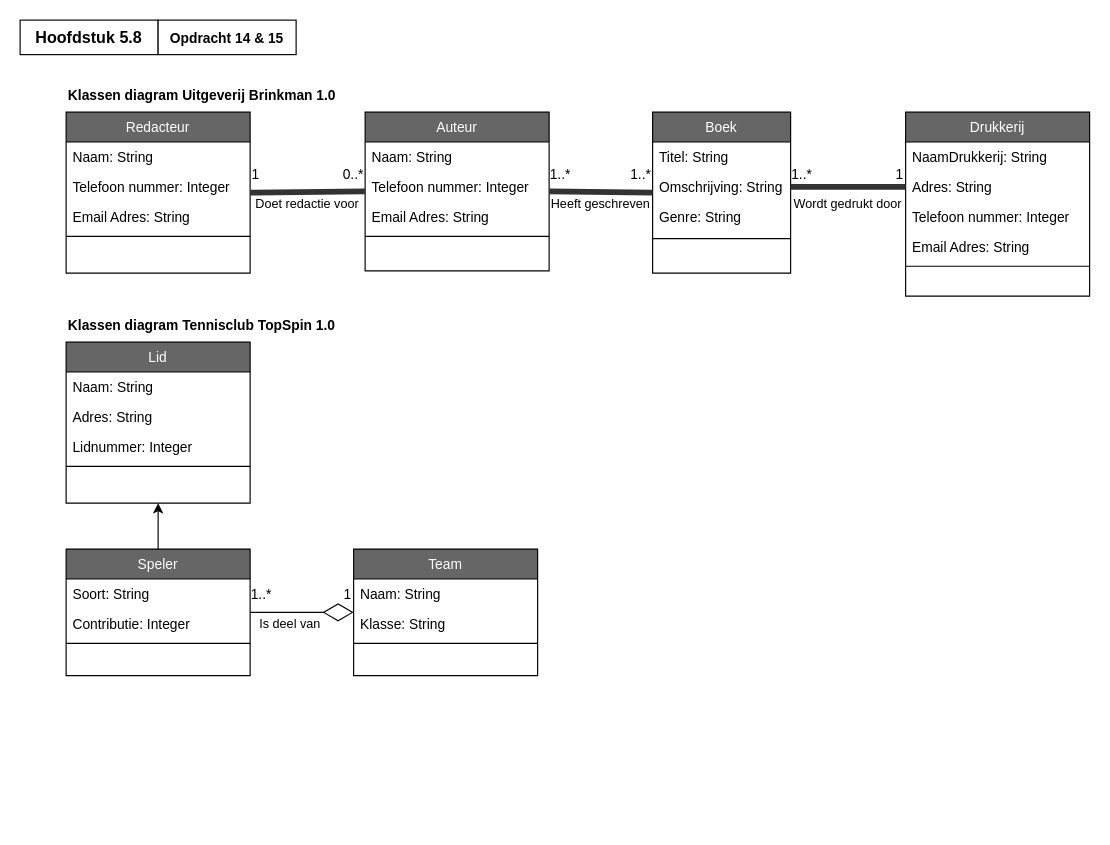
Above: page "Opdracht14&15" (1 of 2) of ClassDiagrams.drawio in EMB20/Procesanalyse (draw.io), before the change. Source tidied: cells renumbered, new cells numbered last; positions are measured from the earlier drawing's top-left corner, leaving out a move shared by most shapes. Both pictures are drawn from the tidied source at 115%, with x=0, y=0 at pixel (20, 20).
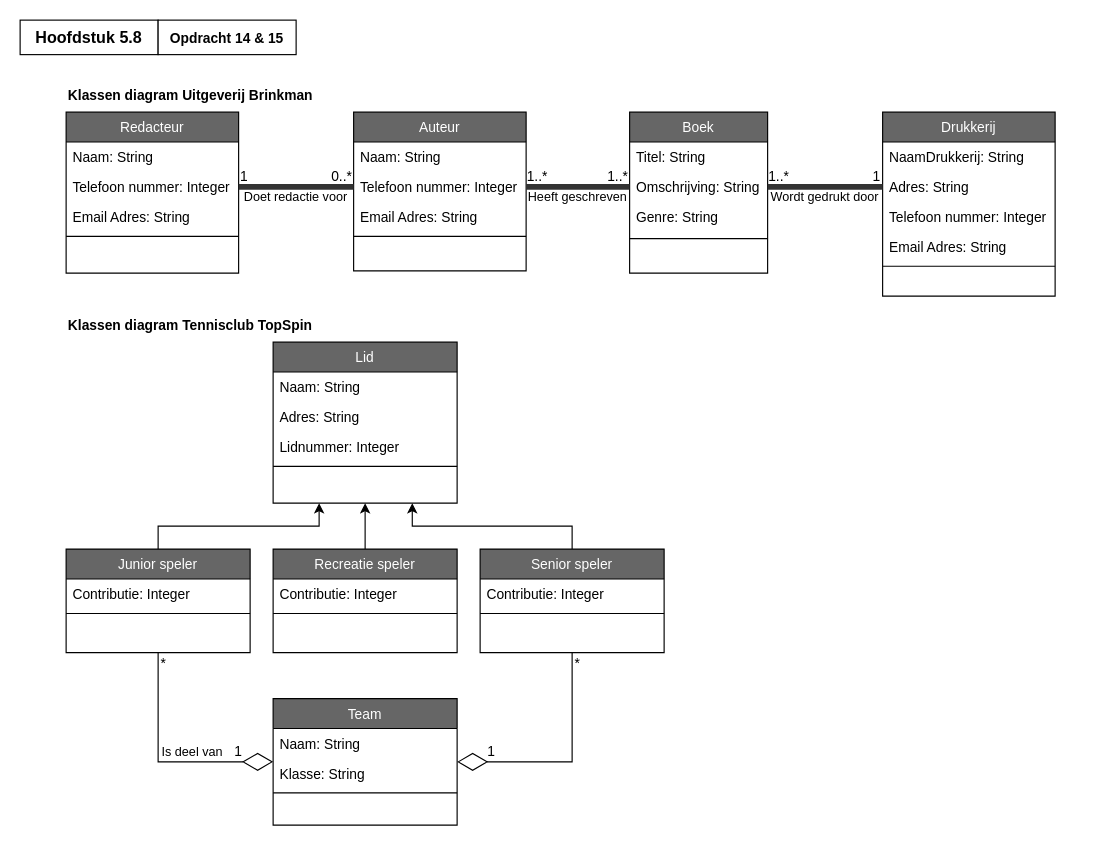
The same diagram, later.

Unchanged cells that the change refers to:
```xml
<mxCell id="11" value="Omschrijving: String" style="text;align=left;verticalAlign=top;spacingLeft=4;spacingRight=4;overflow=hidden;points=[[0,0.5],[1,0.5]];portConstraint=eastwest;rounded=0;shadow=0;html=0;" parent="9" vertex="1">
  <mxGeometry y="52" width="120" height="26" as="geometry" />
</mxCell>
```

What changed in the source:
```diff
@@
     <mxCell id="2" value="Auteur" style="swimlane;fontStyle=0;align=center;verticalAlign=top;horizontal=1;startSize=26;rounded=0;shadow=0;strokeWidth=1;fillColor=#666666;fontColor=#FFFFFF;" parent="1" vertex="1">
-      <mxGeometry x="300" y="80" width="160" height="138" as="geometry" />
+      <mxGeometry x="290" y="80" width="150" height="138" as="geometry" />
     </mxCell>
     <mxCell id="3" value="Naam: String" style="text;align=left;verticalAlign=top;spacingLeft=4;spacingRight=4;overflow=hidden;" parent="2" vertex="1">
-      <mxGeometry y="26" width="160" height="26" as="geometry" />
+      <mxGeometry y="26" width="150" height="26" as="geometry" />
     </mxCell>
     <mxCell id="4" value="Telefoon nummer: Integer" style="text;align=left;verticalAlign=top;spacingLeft=4;spacingRight=4;overflow=hidden;points=[[0,0.5],[1,0.5]];portConstraint=eastwest;rounded=0;shadow=0;html=0;" parent="2" vertex="1">
-      <mxGeometry y="52" width="160" height="26" as="geometry" />
+      <mxGeometry y="52" width="150" height="26" as="geometry" />
     </mxCell>
     <mxCell id="5" value="Email Adres: String" style="text;align=left;verticalAlign=top;spacingLeft=4;spacingRight=4;overflow=hidden;rounded=0;shadow=0;html=0;" parent="2" vertex="1">
-      <mxGeometry y="78" width="160" height="26" as="geometry" />
+      <mxGeometry y="78" width="150" height="26" as="geometry" />
     </mxCell>
     <mxCell id="6" style="line;html=1;strokeWidth=1;align=left;verticalAlign=middle;spacingTop=-1;spacingLeft=3;spacingRight=3;labelPosition=right;" parent="2" vertex="1">
-      <mxGeometry y="104" width="160" height="8" as="geometry" />
+      <mxGeometry y="104" width="150" height="8" as="geometry" />
     </mxCell>
@@
     <mxCell id="9" value="Boek" style="swimlane;fontStyle=0;align=center;verticalAlign=top;horizontal=1;startSize=26;rounded=0;shadow=0;strokeWidth=1;fillColor=#666666;fontColor=#FFFFFF;" parent="1" vertex="1">
-      <mxGeometry x="550" y="80" width="120" height="140" as="geometry" />
+      <mxGeometry x="530" y="80" width="120" height="140" as="geometry" />
     </mxCell>
@@
     <mxCell id="14" value="Drukkerij" style="swimlane;fontStyle=0;align=center;verticalAlign=top;horizontal=1;startSize=26;rounded=0;shadow=0;strokeWidth=1;fillColor=#666666;fontColor=#FFFFFF;" parent="1" vertex="1">
-      <mxGeometry x="770" y="80" width="160" height="160" as="geometry" />
+      <mxGeometry x="750" y="80" width="150" height="160" as="geometry" />
     </mxCell>
     <mxCell id="15" value="NaamDrukkerij: String" style="text;align=left;verticalAlign=top;spacingLeft=4;spacingRight=4;overflow=hidden;" parent="14" vertex="1">
-      <mxGeometry y="26" width="160" height="26" as="geometry" />
+      <mxGeometry y="26" width="150" height="26" as="geometry" />
     </mxCell>
     <mxCell id="16" value="Adres: String" style="text;align=left;verticalAlign=top;spacingLeft=4;spacingRight=4;overflow=hidden;points=[[0,0.5],[1,0.5]];portConstraint=eastwest;rounded=0;shadow=0;html=0;" parent="14" vertex="1">
-      <mxGeometry y="52" width="160" height="26" as="geometry" />
+      <mxGeometry y="52" width="150" height="26" as="geometry" />
     </mxCell>
     <mxCell id="17" value="Telefoon nummer: Integer" style="text;align=left;verticalAlign=top;spacingLeft=4;spacingRight=4;overflow=hidden;rounded=0;shadow=0;html=0;" parent="14" vertex="1">
-      <mxGeometry y="78" width="160" height="26" as="geometry" />
+      <mxGeometry y="78" width="150" height="26" as="geometry" />
     </mxCell>
     <mxCell id="18" value="Email Adres: String" style="text;align=left;verticalAlign=top;spacingLeft=4;spacingRight=4;overflow=hidden;rounded=0;shadow=0;html=0;" parent="14" vertex="1">
-      <mxGeometry y="104" width="160" height="26" as="geometry" />
+      <mxGeometry y="104" width="150" height="26" as="geometry" />
     </mxCell>
     <mxCell id="19" style="line;html=1;strokeWidth=1;align=left;verticalAlign=middle;spacingTop=-1;spacingLeft=3;spacingRight=3;labelPosition=right;" parent="14" vertex="1">
-      <mxGeometry y="130" width="160" height="8" as="geometry" />
+      <mxGeometry y="130" width="150" height="8" as="geometry" />
     </mxCell>
     <mxCell id="20" value="Redacteur" style="swimlane;fontStyle=0;align=center;verticalAlign=top;horizontal=1;startSize=26;rounded=0;shadow=0;strokeWidth=1;fillColor=#666666;fontColor=#FFFFFF;" parent="1" vertex="1">
-      <mxGeometry x="40" y="80" width="160" height="140" as="geometry" />
+      <mxGeometry x="40" y="80" width="150" height="140" as="geometry" />
     </mxCell>
     <mxCell id="21" value="Naam: String" style="text;align=left;verticalAlign=top;spacingLeft=4;spacingRight=4;overflow=hidden;" parent="20" vertex="1">
-      <mxGeometry y="26" width="160" height="26" as="geometry" />
+      <mxGeometry y="26" width="150" height="26" as="geometry" />
     </mxCell>
     <mxCell id="22" value="Telefoon nummer: Integer" style="text;align=left;verticalAlign=top;spacingLeft=4;spacingRight=4;overflow=hidden;points=[[0,0.5],[1,0.5]];portConstraint=eastwest;rounded=0;shadow=0;html=0;" parent="20" vertex="1">
-      <mxGeometry y="52" width="160" height="26" as="geometry" />
+      <mxGeometry y="52" width="150" height="26" as="geometry" />
     </mxCell>
     <mxCell id="23" value="Email Adres: String" style="text;align=left;verticalAlign=top;spacingLeft=4;spacingRight=4;overflow=hidden;rounded=0;shadow=0;html=0;" parent="20" vertex="1">
-      <mxGeometry y="78" width="160" height="26" as="geometry" />
+      <mxGeometry y="78" width="150" height="26" as="geometry" />
     </mxCell>
     <mxCell id="24" style="line;html=1;strokeWidth=1;align=left;verticalAlign=middle;spacingTop=-1;spacingLeft=3;spacingRight=3;labelPosition=right;" parent="20" vertex="1">
-      <mxGeometry y="104" width="160" height="8" as="geometry" />
+      <mxGeometry y="104" width="150" height="8" as="geometry" />
     </mxCell>
-    <mxCell id="25" style="endArrow=none;html=1;rounded=0;exitX=1;exitY=0.5;exitDx=0;exitDy=0;entryX=0;entryY=0.5;entryDx=0;entryDy=0;strokeWidth=5;strokeColor=#333333;" parent="1" edge="1" source="11" target="16">
-      <mxGeometry relative="1" as="geometry" />
-    </mxCell>
     <mxCell id="26" value="0..*" style="text;html=1;align=center;verticalAlign=middle;whiteSpace=wrap;rounded=0;" parent="1" vertex="1">
-      <mxGeometry x="280" y="125" width="20" height="20" as="geometry" />
+      <mxGeometry x="270" y="130" width="20" height="12.5" as="geometry" />
     </mxCell>
     <mxCell id="27" value="1" style="text;html=1;align=center;verticalAlign=middle;whiteSpace=wrap;rounded=0;" parent="1" vertex="1">
-      <mxGeometry x="200" y="125" width="10" height="20" as="geometry" />
+      <mxGeometry x="190" y="130" width="10" height="12.5" as="geometry" />
     </mxCell>
     <mxCell id="28" value="1..*" style="text;html=1;align=center;verticalAlign=middle;whiteSpace=wrap;rounded=0;" parent="1" vertex="1">
-      <mxGeometry x="530" y="125" width="20" height="20" as="geometry" />
+      <mxGeometry x="510" y="130" width="20" height="12.5" as="geometry" />
     </mxCell>
     <mxCell id="29" value="1..*" style="text;html=1;align=center;verticalAlign=middle;whiteSpace=wrap;rounded=0;" parent="1" vertex="1">
-      <mxGeometry x="460" y="125" width="20" height="20" as="geometry" />
+      <mxGeometry x="440" y="130" width="20" height="12.5" as="geometry" />
     </mxCell>
     <mxCell id="30" value="1" style="text;html=1;align=center;verticalAlign=middle;whiteSpace=wrap;rounded=0;" parent="1" vertex="1">
-      <mxGeometry x="760" y="125" width="10" height="20" as="geometry" />
+      <mxGeometry x="740" y="130" width="10" height="12.5" as="geometry" />
     </mxCell>
     <mxCell id="31" value="1..*" style="text;html=1;align=center;verticalAlign=middle;whiteSpace=wrap;rounded=0;" parent="1" vertex="1">
-      <mxGeometry x="670" y="125" width="20" height="20" as="geometry" />
+      <mxGeometry x="650" y="130" width="20" height="12.5" as="geometry" />
     </mxCell>
-    <mxCell id="32" value="&lt;font style=&quot;font-size: 12px;&quot;&gt;Klassen diagram Uitgeverij Brinkman 1.0&lt;/font&gt;" style="text;html=1;align=left;verticalAlign=middle;whiteSpace=wrap;rounded=0;fontStyle=1;fontSize=14;" parent="1" vertex="1">
+    <mxCell id="32" value="&lt;font style=&quot;font-size: 12px;&quot;&gt;Klassen diagram Uitgeverij Brinkman&lt;/font&gt;" style="text;html=1;align=left;verticalAlign=middle;whiteSpace=wrap;rounded=0;fontStyle=1;fontSize=14;" parent="1" vertex="1">
       <mxGeometry x="40" y="50" width="300" height="30" as="geometry" />
     </mxCell>
     <mxCell id="33" value="Lid" style="swimlane;fontStyle=0;align=center;verticalAlign=top;horizontal=1;startSize=26;rounded=0;shadow=0;strokeWidth=1;fillColor=#666666;fontColor=#FFFFFF;" parent="1" vertex="1">
-      <mxGeometry x="40" y="280" width="160" height="140" as="geometry" />
+      <mxGeometry x="220" y="280" width="160" height="140" as="geometry" />
     </mxCell>
@@
-    <mxCell id="38" style="edgeStyle=orthogonalEdgeStyle;rounded=0;jettySize=auto;html=1;exitX=0.5;exitY=0;exitDx=0;exitDy=0;entryX=0.5;entryY=1;entryDx=0;entryDy=0;" parent="1" edge="1" source="39" target="33">
-      <mxGeometry relative="1" as="geometry" />
+    <mxCell id="38" style="edgeStyle=orthogonalEdgeStyle;rounded=0;jettySize=auto;html=1;exitX=0.5;exitY=0;exitDx=0;exitDy=0;entryX=0.25;entryY=1;entryDx=0;entryDy=0;" parent="1" edge="1" source="39" target="33">
+      <mxGeometry relative="1" as="geometry">
+        <Array as="points">
+          <mxPoint x="120" y="440" />
+          <mxPoint x="260" y="440" />
+        </Array>
+      </mxGeometry>
     </mxCell>
-    <mxCell id="39" value="Speler" style="swimlane;fontStyle=0;align=center;verticalAlign=top;horizontal=1;startSize=26;rounded=0;shadow=0;strokeWidth=1;fillColor=#666666;fontColor=#FFFFFF;" parent="1" vertex="1">
-      <mxGeometry x="40" y="460" width="160" height="110" as="geometry" />
+    <mxCell id="39" value="Junior speler" style="swimlane;fontStyle=0;align=center;verticalAlign=top;horizontal=1;startSize=26;rounded=0;shadow=0;strokeWidth=1;fillColor=#666666;fontColor=#FFFFFF;" parent="1" vertex="1">
+      <mxGeometry x="40" y="460" width="160" height="90" as="geometry" />
     </mxCell>
-    <mxCell id="40" value="Soort: String" style="text;align=left;verticalAlign=top;spacingLeft=4;spacingRight=4;overflow=hidden;" parent="39" vertex="1">
-      <mxGeometry y="26" width="160" height="26" as="geometry" />
-    </mxCell>
     <mxCell id="41" value="Contributie: Integer" style="text;align=left;verticalAlign=top;spacingLeft=4;spacingRight=4;overflow=hidden;rounded=0;shadow=0;html=0;" parent="39" vertex="1">
-      <mxGeometry y="52" width="160" height="26" as="geometry" />
+      <mxGeometry y="26" width="160" height="26" as="geometry" />
     </mxCell>
     <mxCell id="42" style="line;html=1;strokeWidth=1;align=left;verticalAlign=middle;spacingTop=-1;spacingLeft=3;spacingRight=3;labelPosition=right;" parent="39" vertex="1">
-      <mxGeometry y="78" width="160" height="8" as="geometry" />
+      <mxGeometry y="52" width="160" height="8" as="geometry" />
     </mxCell>
     <mxCell id="43" value="Team" style="swimlane;fontStyle=0;align=center;verticalAlign=top;horizontal=1;startSize=26;rounded=0;shadow=0;strokeWidth=1;fillColor=#666666;fontColor=#FFFFFF;" parent="1" vertex="1">
-      <mxGeometry x="290" y="460" width="160" height="110" as="geometry" />
+      <mxGeometry x="220" y="590" width="160" height="110" as="geometry" />
     </mxCell>
@@
-    <mxCell id="47" style="endArrow=diamondThin;endFill=0;endSize=24;html=1;rounded=0;entryX=0;entryY=0.5;entryDx=0;entryDy=0;exitX=1;exitY=0.5;exitDx=0;exitDy=0;" parent="1" edge="1" source="39" target="43">
-      <mxGeometry relative="1" as="geometry" />
-    </mxCell>
-    <mxCell id="48" value="&lt;font style=&quot;font-size: 12px;&quot;&gt;Klassen diagram Tennisclub TopSpin 1.0&lt;/font&gt;" style="text;html=1;align=left;verticalAlign=middle;whiteSpace=wrap;rounded=0;fontStyle=1;fontSize=14;" parent="1" vertex="1">
+    <mxCell id="48" value="&lt;font style=&quot;font-size: 12px;&quot;&gt;Klassen diagram Tennisclub TopSpin&lt;/font&gt;" style="text;html=1;align=left;verticalAlign=middle;whiteSpace=wrap;rounded=0;fontStyle=1;fontSize=14;" parent="1" vertex="1">
       <mxGeometry x="40" y="250" width="300" height="30" as="geometry" />
     </mxCell>
     <mxCell id="49" value="Doet redactie voor" style="text;html=1;align=center;verticalAlign=middle;whiteSpace=wrap;rounded=0;fontSize=11;" parent="1" vertex="1">
-      <mxGeometry x="200" y="150" width="100" height="20" as="geometry" />
+      <mxGeometry x="190" y="147.5" width="100" height="12.5" as="geometry" />
     </mxCell>
     <mxCell id="50" value="Heeft geschreven" style="text;html=1;align=center;verticalAlign=middle;whiteSpace=wrap;rounded=0;fontSize=11;" parent="1" vertex="1">
-      <mxGeometry x="460" y="150" width="90" height="20" as="geometry" />
+      <mxGeometry x="440" y="147.5" width="90" height="12.5" as="geometry" />
     </mxCell>
     <mxCell id="51" value="Wordt gedrukt door" style="text;html=1;align=center;verticalAlign=middle;whiteSpace=wrap;rounded=0;fontSize=11;" parent="1" vertex="1">
-      <mxGeometry x="670" y="150" width="100" height="20" as="geometry" />
+      <mxGeometry x="650" y="147.5" width="100" height="12.5" as="geometry" />
     </mxCell>
-    <mxCell id="52" style="endArrow=none;html=1;rounded=0;exitX=1;exitY=0.5;exitDx=0;exitDy=0;entryX=0;entryY=0.5;entryDx=0;entryDy=0;strokeWidth=5;strokeColor=#333333;" parent="1" edge="1" source="2" target="9">
+    <mxCell id="52" style="endArrow=none;html=1;rounded=0;exitX=1;exitY=0.5;exitDx=0;exitDy=0;strokeWidth=5;strokeColor=#333333;entryX=0;entryY=0.5;entryDx=0;entryDy=0;" parent="1" edge="1" source="4" target="11">
       <mxGeometry relative="1" as="geometry" />
     </mxCell>
-    <mxCell id="53" style="endArrow=none;html=1;rounded=0;exitX=1;exitY=0.5;exitDx=0;exitDy=0;entryX=0;entryY=0.5;entryDx=0;entryDy=0;strokeWidth=5;strokeColor=#333333;" parent="1" edge="1" source="20" target="2">
+    <mxCell id="53" style="endArrow=none;html=1;rounded=0;exitX=1;exitY=0.5;exitDx=0;exitDy=0;entryX=0;entryY=0.5;entryDx=0;entryDy=0;strokeWidth=5;strokeColor=#333333;" parent="1" edge="1" source="22" target="4">
       <mxGeometry relative="1" as="geometry" />
     </mxCell>
+    <mxCell id="25" style="endArrow=none;html=1;rounded=0;entryX=0;entryY=0.5;entryDx=0;entryDy=0;strokeWidth=5;strokeColor=#333333;" parent="1" edge="1" source="11" target="16">
+      <mxGeometry relative="1" as="geometry" />
+    </mxCell>
+    <mxCell id="57" style="edgeStyle=orthogonalEdgeStyle;rounded=0;jettySize=auto;html=1;exitX=0.5;exitY=0;exitDx=0;exitDy=0;" parent="1" edge="1" source="58">
+      <mxGeometry relative="1" as="geometry">
+        <mxPoint x="341" y="420" as="targetPoint" />
+        <Array as="points">
+          <mxPoint x="480" y="440" />
+          <mxPoint x="341" y="440" />
+          <mxPoint x="341" y="420" />
+        </Array>
+      </mxGeometry>
+    </mxCell>
+    <mxCell id="58" value="Senior speler" style="swimlane;fontStyle=0;align=center;verticalAlign=top;horizontal=1;startSize=26;rounded=0;shadow=0;strokeWidth=1;fillColor=#666666;fontColor=#FFFFFF;" parent="1" vertex="1">
+      <mxGeometry x="400" y="460" width="160" height="90" as="geometry" />
+    </mxCell>
+    <mxCell id="59" value="Contributie: Integer" style="text;align=left;verticalAlign=top;spacingLeft=4;spacingRight=4;overflow=hidden;rounded=0;shadow=0;html=0;" parent="58" vertex="1">
+      <mxGeometry y="26" width="160" height="26" as="geometry" />
+    </mxCell>
+    <mxCell id="60" style="line;html=1;strokeWidth=1;align=left;verticalAlign=middle;spacingTop=-1;spacingLeft=3;spacingRight=3;labelPosition=right;" parent="58" vertex="1">
+      <mxGeometry y="52" width="160" height="8" as="geometry" />
+    </mxCell>
+    <mxCell id="61" style="edgeStyle=orthogonalEdgeStyle;rounded=0;jettySize=auto;html=1;exitX=0.5;exitY=0;exitDx=0;exitDy=0;entryX=0.5;entryY=1;entryDx=0;entryDy=0;" parent="1" edge="1" source="62" target="33">
+      <mxGeometry relative="1" as="geometry" />
+    </mxCell>
+    <mxCell id="62" value="Recreatie speler" style="swimlane;fontStyle=0;align=center;verticalAlign=top;horizontal=1;startSize=26;rounded=0;shadow=0;strokeWidth=1;fillColor=#666666;fontColor=#FFFFFF;" parent="1" vertex="1">
+      <mxGeometry x="220" y="460" width="160" height="90" as="geometry" />
+    </mxCell>
+    <mxCell id="63" value="Contributie: Integer" style="text;align=left;verticalAlign=top;spacingLeft=4;spacingRight=4;overflow=hidden;rounded=0;shadow=0;html=0;" parent="62" vertex="1">
+      <mxGeometry y="26" width="160" height="26" as="geometry" />
+    </mxCell>
+    <mxCell id="64" style="line;html=1;strokeWidth=1;align=left;verticalAlign=middle;spacingTop=-1;spacingLeft=3;spacingRight=3;labelPosition=right;" parent="62" vertex="1">
+      <mxGeometry y="52" width="160" height="8" as="geometry" />
+    </mxCell>
+    <mxCell id="65" value="1" style="text;html=1;align=center;verticalAlign=middle;whiteSpace=wrap;rounded=0;" parent="1" vertex="1">
+      <mxGeometry x="180" y="630" width="20" height="12.5" as="geometry" />
+    </mxCell>
     <mxCell id="54" value="Is deel van" style="text;html=1;align=center;verticalAlign=middle;whiteSpace=wrap;rounded=0;fontSize=11;" parent="1" vertex="1">
-      <mxGeometry x="200" y="520" width="70" height="10" as="geometry" />
+      <mxGeometry x="120" y="630" width="60" height="12.5" as="geometry" />
     </mxCell>
-    <mxCell id="55" value="1..*" style="text;html=1;align=center;verticalAlign=middle;whiteSpace=wrap;rounded=0;" parent="1" vertex="1">
-      <mxGeometry x="200" y="490" width="20" height="20" as="geometry" />
-    </mxCell>
-    <mxCell id="56" value="1" style="text;html=1;align=center;verticalAlign=middle;whiteSpace=wrap;rounded=0;" parent="1" vertex="1">
-      <mxGeometry x="280" y="490" width="10" height="20" as="geometry" />
-    </mxCell>
+    <mxCell id="66" style="endArrow=diamondThin;endFill=0;endSize=24;html=1;rounded=0;exitX=0.5;exitY=1;exitDx=0;exitDy=0;entryX=1;entryY=0.5;entryDx=0;entryDy=0;" parent="1" edge="1" source="58" target="43">
+      <mxGeometry relative="1" as="geometry">
+        <Array as="points">
+          <mxPoint x="480" y="645" />
+        </Array>
+      </mxGeometry>
+    </mxCell>
+    <mxCell id="47" style="endArrow=diamondThin;endFill=0;endSize=24;html=1;rounded=0;exitX=0.5;exitY=1;exitDx=0;exitDy=0;entryX=0;entryY=0.5;entryDx=0;entryDy=0;" parent="1" edge="1" source="39" target="43">
+      <mxGeometry relative="1" as="geometry">
+        <Array as="points">
+          <mxPoint x="120" y="645" />
+        </Array>
+      </mxGeometry>
+    </mxCell>
+    <mxCell id="67" value="1" style="text;html=1;align=center;verticalAlign=middle;whiteSpace=wrap;rounded=0;" parent="1" vertex="1">
+      <mxGeometry x="400" y="630" width="20" height="12.5" as="geometry" />
+    </mxCell>
+    <mxCell id="68" value="*" style="text;html=1;align=center;verticalAlign=middle;whiteSpace=wrap;rounded=0;" parent="1" vertex="1">
+      <mxGeometry x="480" y="550" width="10" height="20" as="geometry" />
+    </mxCell>
+    <mxCell id="69" value="*" style="text;html=1;align=center;verticalAlign=middle;whiteSpace=wrap;rounded=0;" parent="1" vertex="1">
+      <mxGeometry x="120" y="550" width="10" height="20" as="geometry" />
+    </mxCell>
```
